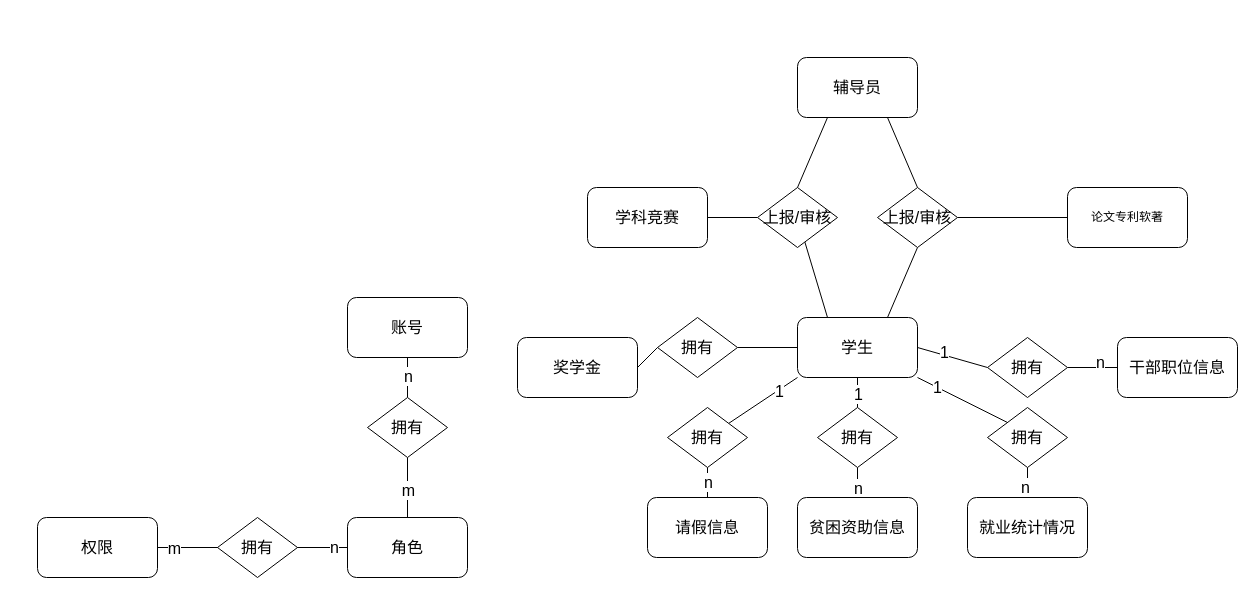
msqtt/Sources keeps this draw.io diagram as map/swms-er.drawio. Above is the earlier version. Source tidied: cells renumbered, new cells numbered last; positions are measured from the earlier drawing's top-left corner, leaving out a move shared by most shapes. Both pictures are drawn from the tidied source at 100%, with x=0, y=0 at pixel (37, 57).
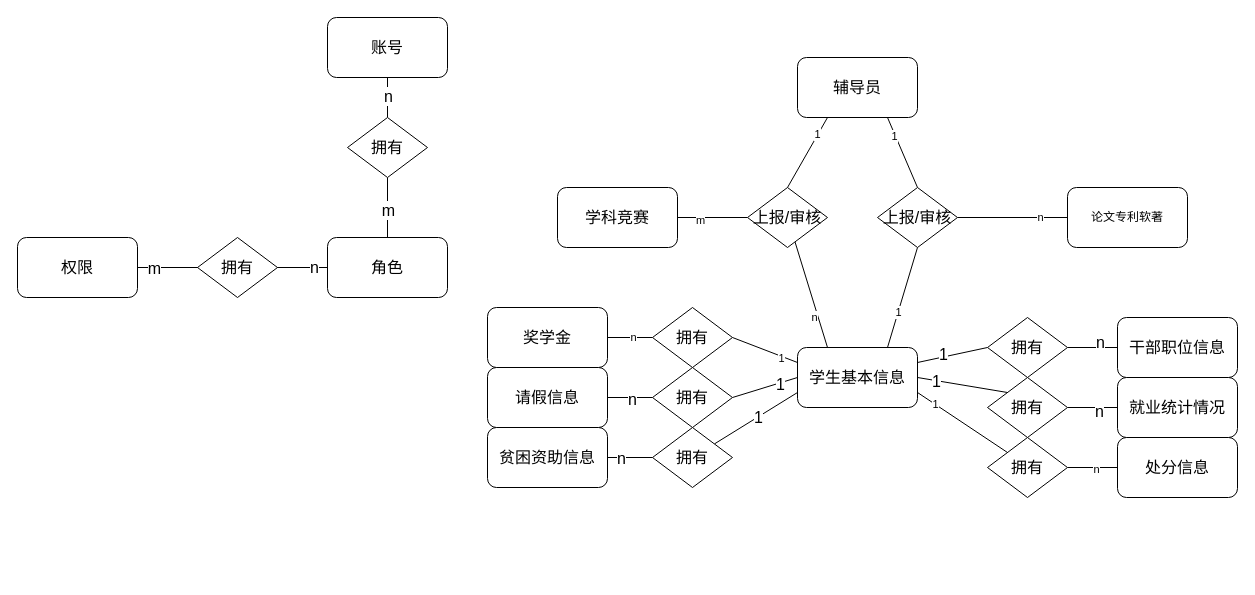
After the change.

The change refers to these unchanged cells:
```xml
<mxCell id="33" style="rounded=0;jettySize=auto;html=1;exitX=0.75;exitY=0;exitDx=0;exitDy=0;endArrow=none;endFill=0;entryX=0.5;entryY=1;entryDx=0;entryDy=0;" parent="1" edge="1" source="34" target="54">
  <mxGeometry relative="1" as="geometry" />
</mxCell>
<mxCell id="44" style="rounded=0;jettySize=auto;html=1;endArrow=none;endFill=0;fontSize=16;entryX=1;entryY=0.5;entryDx=0;entryDy=0;exitX=0;exitY=0.5;exitDx=0;exitDy=0;" parent="1" edge="1" source="45" target="42">
  <mxGeometry relative="1" as="geometry" />
</mxCell>
<mxCell id="46" style="rounded=0;jettySize=auto;html=1;endArrow=none;endFill=0;fontSize=16;entryX=0.25;entryY=0;entryDx=0;entryDy=0;" parent="1" edge="1" source="48" target="34">
  <mxGeometry relative="1" as="geometry" />
</mxCell>
<mxCell id="47" style="rounded=0;jettySize=auto;html=1;endArrow=none;endFill=0;fontSize=16;" parent="1" edge="1" source="48" target="49">
  <mxGeometry relative="1" as="geometry" />
</mxCell>
<mxCell id="50" style="rounded=0;jettySize=auto;html=1;exitX=0.25;exitY=1;exitDx=0;exitDy=0;entryX=0.5;entryY=0;entryDx=0;entryDy=0;endArrow=none;endFill=0;fontSize=16;" parent="1" edge="1" source="52" target="48">
  <mxGeometry relative="1" as="geometry" />
</mxCell>
<mxCell id="51" style="rounded=0;jettySize=auto;html=1;exitX=0.75;exitY=1;exitDx=0;exitDy=0;entryX=0.5;entryY=0;entryDx=0;entryDy=0;endArrow=none;endFill=0;" parent="1" edge="1" source="52" target="54">
  <mxGeometry relative="1" as="geometry" />
</mxCell>
<mxCell id="53" style="rounded=0;jettySize=auto;html=1;exitX=1;exitY=0.5;exitDx=0;exitDy=0;endArrow=none;endFill=0;entryX=0;entryY=0.5;entryDx=0;entryDy=0;" parent="1" edge="1" source="54" target="55">
  <mxGeometry relative="1" as="geometry" />
</mxCell>
```

What changed in the source:
```diff
@@
     <mxCell id="4" value="账号" style="rounded=1;whiteSpace=wrap;html=1;fontSize=16;" parent="1" vertex="1">
-      <mxGeometry x="310" y="240" width="120" height="60" as="geometry" />
+      <mxGeometry x="290" y="-40" width="120" height="60" as="geometry" />
     </mxCell>
     <mxCell id="5" value="权限" style="rounded=1;whiteSpace=wrap;html=1;fontSize=16;" parent="1" vertex="1">
-      <mxGeometry y="460" width="120" height="60" as="geometry" />
+      <mxGeometry x="-20" y="180" width="120" height="60" as="geometry" />
     </mxCell>
@@
     <mxCell id="9" value="角色" style="rounded=1;whiteSpace=wrap;html=1;fontSize=16;" parent="1" vertex="1">
-      <mxGeometry x="310" y="460" width="120" height="60" as="geometry" />
+      <mxGeometry x="290" y="180" width="120" height="60" as="geometry" />
     </mxCell>
@@
     <mxCell id="12" value="拥有" style="rhombus;whiteSpace=wrap;html=1;fontSize=16;" parent="1" vertex="1">
-      <mxGeometry x="180" y="460" width="80" height="60" as="geometry" />
+      <mxGeometry x="160" y="180" width="80" height="60" as="geometry" />
     </mxCell>
@@
     <mxCell id="15" value="拥有" style="rhombus;whiteSpace=wrap;html=1;fontSize=16;" parent="1" vertex="1">
-      <mxGeometry x="330" y="340" width="80" height="60" as="geometry" />
+      <mxGeometry x="310" y="60" width="80" height="60" as="geometry" />
     </mxCell>
-    <mxCell id="16" style="rounded=0;jettySize=auto;html=1;endArrow=none;endFill=0;exitX=1;exitY=0.5;exitDx=0;exitDy=0;fontSize=16;entryX=0;entryY=0.5;entryDx=0;entryDy=0;" parent="1" edge="1" source="34" target="23">
+    <mxCell id="16" style="rounded=0;jettySize=auto;html=1;endArrow=none;endFill=0;exitX=1;exitY=0.25;exitDx=0;exitDy=0;fontSize=16;entryX=0;entryY=0.5;entryDx=0;entryDy=0;" parent="1" edge="1" source="34" target="23">
       <mxGeometry relative="1" as="geometry" />
     </mxCell>
@@
     <mxCell id="20" value="干部职位信息" style="rounded=1;whiteSpace=wrap;html=1;fontSize=16;" parent="1" vertex="1">
-      <mxGeometry x="1080" y="280" width="120" height="60" as="geometry" />
+      <mxGeometry x="1080" y="260" width="120" height="60" as="geometry" />
     </mxCell>
-    <mxCell id="21" style="edgeStyle=orthogonalEdgeStyle;rounded=0;jettySize=auto;html=1;endArrow=none;endFill=0;fontSize=16;exitX=0.5;exitY=1;exitDx=0;exitDy=0;" parent="1" edge="1" source="35" target="27">
+    <mxCell id="21" style="rounded=0;jettySize=auto;html=1;endArrow=none;endFill=0;fontSize=16;exitX=0;exitY=0.5;exitDx=0;exitDy=0;" parent="1" edge="1" source="35" target="27">
       <mxGeometry relative="1" as="geometry" />
     </mxCell>
@@
     <mxCell id="23" value="拥有" style="rhombus;whiteSpace=wrap;html=1;fontSize=16;" parent="1" vertex="1">
-      <mxGeometry x="950" y="280" width="80" height="60" as="geometry" />
+      <mxGeometry x="950" y="260" width="80" height="60" as="geometry" />
     </mxCell>
-    <mxCell id="24" style="rounded=0;jettySize=auto;html=1;fontSize=16;endArrow=none;endFill=0;entryX=0.5;entryY=1;entryDx=0;entryDy=0;exitX=0.5;exitY=0;exitDx=0;exitDy=0;" parent="1" edge="1" source="26" target="30">
+    <mxCell id="24" style="rounded=0;jettySize=auto;html=1;fontSize=16;endArrow=none;endFill=0;entryX=1;entryY=0.5;entryDx=0;entryDy=0;exitX=0;exitY=0.5;exitDx=0;exitDy=0;" parent="1" edge="1" source="26" target="30">
       <mxGeometry relative="1" as="geometry" />
     </mxCell>
@@
     <mxCell id="26" value="就业统计情况" style="rounded=1;whiteSpace=wrap;html=1;fontSize=16;" parent="1" vertex="1">
-      <mxGeometry x="930" y="440" width="120" height="60" as="geometry" />
+      <mxGeometry x="1080" y="320" width="120" height="60" as="geometry" />
     </mxCell>
     <mxCell id="27" value="贫困资助信息" style="rounded=1;whiteSpace=wrap;html=1;fontSize=16;" parent="1" vertex="1">
-      <mxGeometry x="760" y="440" width="120" height="60" as="geometry" />
+      <mxGeometry x="450" y="370" width="120" height="60" as="geometry" />
     </mxCell>
-    <mxCell id="28" style="rounded=0;jettySize=auto;html=1;exitX=0;exitY=0;exitDx=0;exitDy=0;entryX=1;entryY=1;entryDx=0;entryDy=0;endArrow=none;endFill=0;fontSize=16;" parent="1" edge="1" source="30" target="34">
+    <mxCell id="28" style="rounded=0;jettySize=auto;html=1;exitX=0;exitY=0;exitDx=0;exitDy=0;entryX=1;entryY=0.5;entryDx=0;entryDy=0;endArrow=none;endFill=0;fontSize=16;" parent="1" edge="1" source="30" target="34">
       <mxGeometry relative="1" as="geometry" />
     </mxCell>
@@
     <mxCell id="30" value="拥有" style="rhombus;whiteSpace=wrap;html=1;fontSize=16;" parent="1" vertex="1">
-      <mxGeometry x="950" y="350" width="80" height="60" as="geometry" />
+      <mxGeometry x="950" y="320" width="80" height="60" as="geometry" />
     </mxCell>
-    <mxCell id="31" style="edgeStyle=orthogonalEdgeStyle;rounded=0;jettySize=auto;html=1;endArrow=none;endFill=0;fontSize=16;" parent="1" edge="1" source="34" target="35">
+    <mxCell id="31" style="rounded=0;jettySize=auto;html=1;endArrow=none;endFill=0;fontSize=16;exitX=0;exitY=0.75;exitDx=0;exitDy=0;" parent="1" edge="1" source="34" target="35">
       <mxGeometry relative="1" as="geometry" />
     </mxCell>
@@
+    <mxCell id="56" value="1" style="edgeLabel;html=1;align=center;verticalAlign=middle;" parent="33" vertex="1">
+      <mxGeometry x="-0.53" y="-1" relative="1" as="geometry">
+        <mxPoint x="2" y="-12" as="offset" />
+      </mxGeometry>
+    </mxCell>
+    <mxCell id="57" style="rounded=0;jettySize=auto;html=1;exitX=1;exitY=0.75;exitDx=0;exitDy=0;entryX=0;entryY=0;entryDx=0;entryDy=0;endArrow=none;endFill=0;" parent="1" edge="1" source="34" target="69">
+      <mxGeometry relative="1" as="geometry" />
+    </mxCell>
+    <mxCell id="58" value="1" style="edgeLabel;html=1;align=center;verticalAlign=middle;" parent="57" vertex="1">
+      <mxGeometry x="-0.61" relative="1" as="geometry" />
+    </mxCell>
-    <mxCell id="34" value="学生" style="rounded=1;whiteSpace=wrap;html=1;fontSize=16;" parent="1" vertex="1">
-      <mxGeometry x="760" y="260" width="120" height="60" as="geometry" />
+    <mxCell id="34" value="学生基本信息" style="rounded=1;whiteSpace=wrap;html=1;fontSize=16;" parent="1" vertex="1">
+      <mxGeometry x="760" y="290" width="120" height="60" as="geometry" />
     </mxCell>
     <mxCell id="35" value="拥有" style="rhombus;whiteSpace=wrap;html=1;fontSize=16;" parent="1" vertex="1">
-      <mxGeometry x="780" y="350" width="80" height="60" as="geometry" />
+      <mxGeometry x="615" y="370" width="80" height="60" as="geometry" />
     </mxCell>
     <mxCell id="36" value="请假信息" style="rounded=1;whiteSpace=wrap;html=1;fontSize=16;" parent="1" vertex="1">
-      <mxGeometry x="610" y="440" width="120" height="60" as="geometry" />
+      <mxGeometry x="450" y="310" width="120" height="60" as="geometry" />
     </mxCell>
-    <mxCell id="37" style="rounded=0;jettySize=auto;html=1;endArrow=none;endFill=0;fontSize=16;" parent="1" edge="1" source="41" target="36">
+    <mxCell id="37" style="rounded=0;jettySize=auto;html=1;endArrow=none;endFill=0;fontSize=16;exitX=0;exitY=0.5;exitDx=0;exitDy=0;" parent="1" edge="1" source="41" target="36">
       <mxGeometry relative="1" as="geometry" />
     </mxCell>
@@
-    <mxCell id="39" style="rounded=0;jettySize=auto;html=1;entryX=0;entryY=1;entryDx=0;entryDy=0;endArrow=none;endFill=0;fontSize=16;" parent="1" edge="1" source="41" target="34">
+    <mxCell id="39" style="rounded=0;jettySize=auto;html=1;entryX=0;entryY=0.5;entryDx=0;entryDy=0;endArrow=none;endFill=0;fontSize=16;exitX=1;exitY=0.5;exitDx=0;exitDy=0;" parent="1" edge="1" source="41" target="34">
       <mxGeometry relative="1" as="geometry" />
     </mxCell>
@@
     <mxCell id="41" value="拥有" style="rhombus;whiteSpace=wrap;html=1;fontSize=16;" parent="1" vertex="1">
-      <mxGeometry x="630" y="350" width="80" height="60" as="geometry" />
+      <mxGeometry x="615" y="310" width="80" height="60" as="geometry" />
     </mxCell>
     <mxCell id="42" value="奖学金" style="rounded=1;whiteSpace=wrap;html=1;fontSize=16;" parent="1" vertex="1">
-      <mxGeometry x="480" y="280" width="120" height="60" as="geometry" />
+      <mxGeometry x="450" y="250" width="120" height="60" as="geometry" />
     </mxCell>
-    <mxCell id="43" style="rounded=0;jettySize=auto;html=1;exitX=1;exitY=0.5;exitDx=0;exitDy=0;entryX=0;entryY=0.5;entryDx=0;entryDy=0;endArrow=none;endFill=0;fontSize=16;" parent="1" edge="1" source="45" target="34">
+    <mxCell id="43" style="rounded=0;jettySize=auto;html=1;exitX=1;exitY=0.5;exitDx=0;exitDy=0;entryX=0;entryY=0.25;entryDx=0;entryDy=0;endArrow=none;endFill=0;fontSize=16;" parent="1" edge="1" source="45" target="34">
       <mxGeometry relative="1" as="geometry" />
     </mxCell>
+    <mxCell id="59" value="1" style="edgeLabel;html=1;align=center;verticalAlign=middle;" parent="43" vertex="1">
+      <mxGeometry x="0.51" y="-2" relative="1" as="geometry" />
+    </mxCell>
@@
+    <mxCell id="60" value="n" style="edgeLabel;html=1;align=center;verticalAlign=middle;" parent="44" vertex="1">
+      <mxGeometry x="-0.09" y="-1" relative="1" as="geometry" />
+    </mxCell>
     <mxCell id="45" value="拥有" style="rhombus;whiteSpace=wrap;html=1;fontSize=16;" parent="1" vertex="1">
-      <mxGeometry x="620" y="260" width="80" height="60" as="geometry" />
+      <mxGeometry x="615" y="250" width="80" height="60" as="geometry" />
     </mxCell>
@@
+    <mxCell id="61" value="n" style="edgeLabel;html=1;align=center;verticalAlign=middle;" parent="46" vertex="1">
+      <mxGeometry x="0.39" y="-4" relative="1" as="geometry" />
+    </mxCell>
@@
+    <mxCell id="62" value="m" style="edgeLabel;html=1;align=center;verticalAlign=middle;" parent="47" vertex="1">
+      <mxGeometry x="0.37" y="2" relative="1" as="geometry" />
+    </mxCell>
     <mxCell id="48" value="上报/审核" style="rhombus;whiteSpace=wrap;html=1;fontSize=16;" parent="1" vertex="1">
-      <mxGeometry x="720" y="130" width="80" height="60" as="geometry" />
+      <mxGeometry x="710" y="130" width="80" height="60" as="geometry" />
     </mxCell>
     <mxCell id="49" value="学科竞赛" style="rounded=1;whiteSpace=wrap;html=1;fontSize=16;" parent="1" vertex="1">
-      <mxGeometry x="550" y="130" width="120" height="60" as="geometry" />
+      <mxGeometry x="520" y="130" width="120" height="60" as="geometry" />
     </mxCell>
@@
+    <mxCell id="63" value="1" style="edgeLabel;html=1;align=center;verticalAlign=middle;" parent="50" vertex="1">
+      <mxGeometry x="-0.54" y="-1" relative="1" as="geometry" />
+    </mxCell>
@@
+    <mxCell id="64" value="1" style="edgeLabel;html=1;align=center;verticalAlign=middle;" parent="51" vertex="1">
+      <mxGeometry x="-0.47" y="-1" relative="1" as="geometry" />
+    </mxCell>
@@
+    <mxCell id="65" value="n" style="edgeLabel;html=1;align=center;verticalAlign=middle;" parent="53" vertex="1">
+      <mxGeometry x="0.49" y="1" relative="1" as="geometry" />
+    </mxCell>
@@
+    <mxCell id="66" value="处分信息" style="rounded=1;whiteSpace=wrap;html=1;fontSize=16;" parent="1" vertex="1">
+      <mxGeometry x="1080" y="380" width="120" height="60" as="geometry" />
+    </mxCell>
+    <mxCell id="67" style="rounded=0;jettySize=auto;html=1;exitX=1;exitY=0.5;exitDx=0;exitDy=0;entryX=0;entryY=0.5;entryDx=0;entryDy=0;endArrow=none;endFill=0;" parent="1" edge="1" source="69" target="66">
+      <mxGeometry relative="1" as="geometry" />
+    </mxCell>
+    <mxCell id="68" value="n" style="edgeLabel;html=1;align=center;verticalAlign=middle;" parent="67" vertex="1">
+      <mxGeometry x="0.1" y="-1" relative="1" as="geometry" />
+    </mxCell>
+    <mxCell id="69" value="拥有" style="rhombus;whiteSpace=wrap;html=1;fontSize=16;" parent="1" vertex="1">
+      <mxGeometry x="950" y="380" width="80" height="60" as="geometry" />
+    </mxCell>
```
